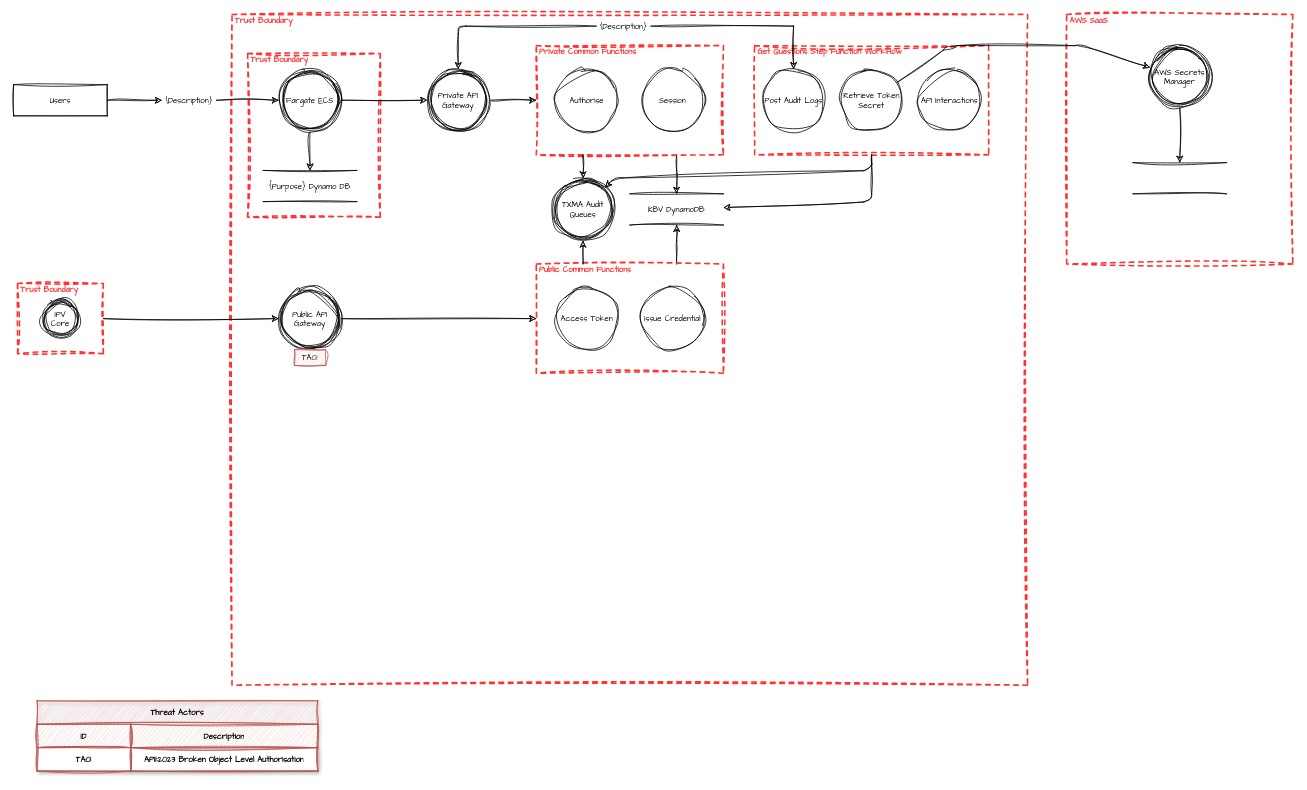
Before: Untitled Diagram.drawio in Jim-Sweeting/Drawio, a draw.io diagram. Source tidied: cells renumbered, new cells numbered last; positions are measured from the earlier drawing's top-left corner, leaving out a move shared by most shapes. Both pictures are drawn from the tidied source at 78%, with x=0, y=0 at pixel (13, 14).
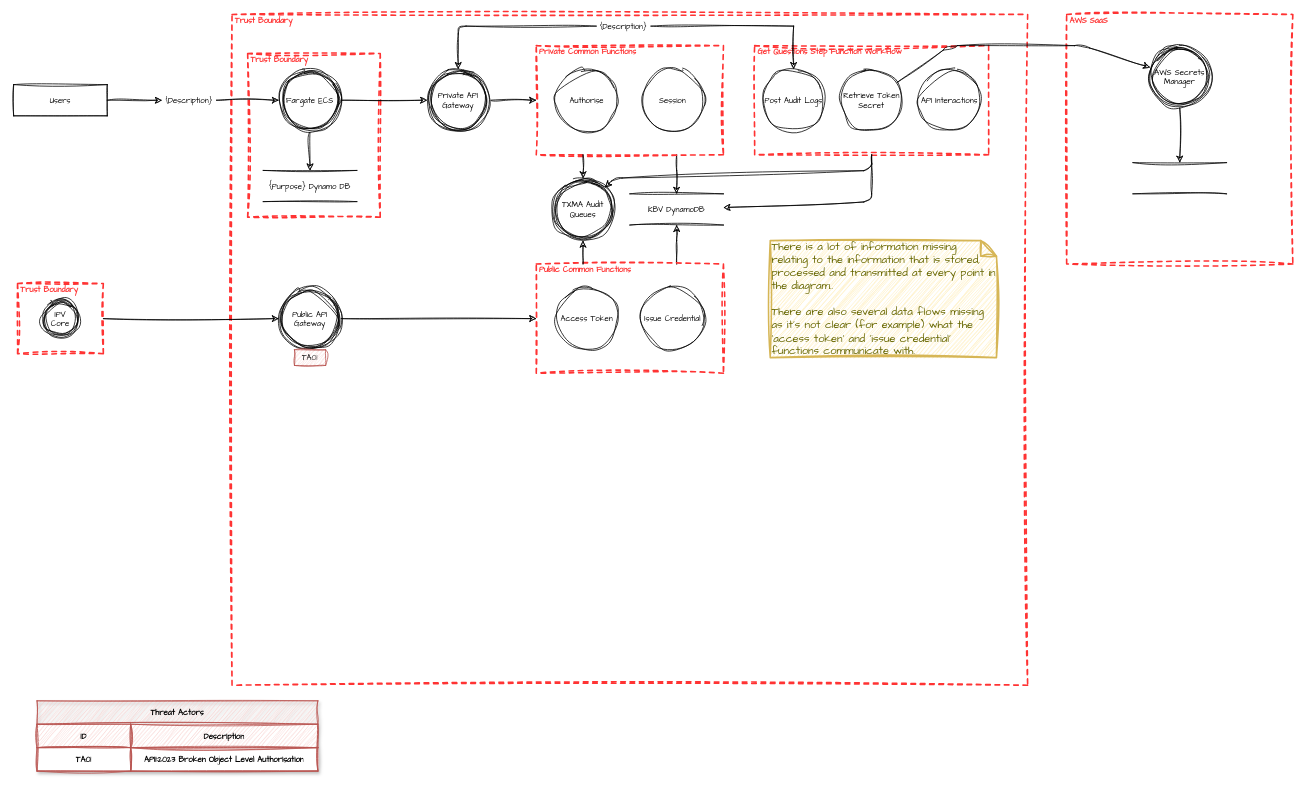
The same page after the edit.

What changed in the source:
```diff
@@
+    <mxCell id="53" value="There is a lot of information missing relating to the information that is stored, processed and transmitted at every point in the diagram..&lt;br&gt;&lt;br&gt;There are also several data flows missing as it's not clear (for example) what the 'access token' and 'issue credential' functions communicate with." style="shape=note;strokeWidth=2;fontSize=14;size=20;whiteSpace=wrap;html=1;fillColor=#fff2cc;strokeColor=#d6b656;fontColor=#666600;sketch=1;hachureGap=4;jiggle=2;curveFitting=1;fontFamily=Architects Daughter;align=left;" parent="1" vertex="1">
+      <mxGeometry x="970" y="290" width="290" height="150" as="geometry" />
+    </mxCell>
```
